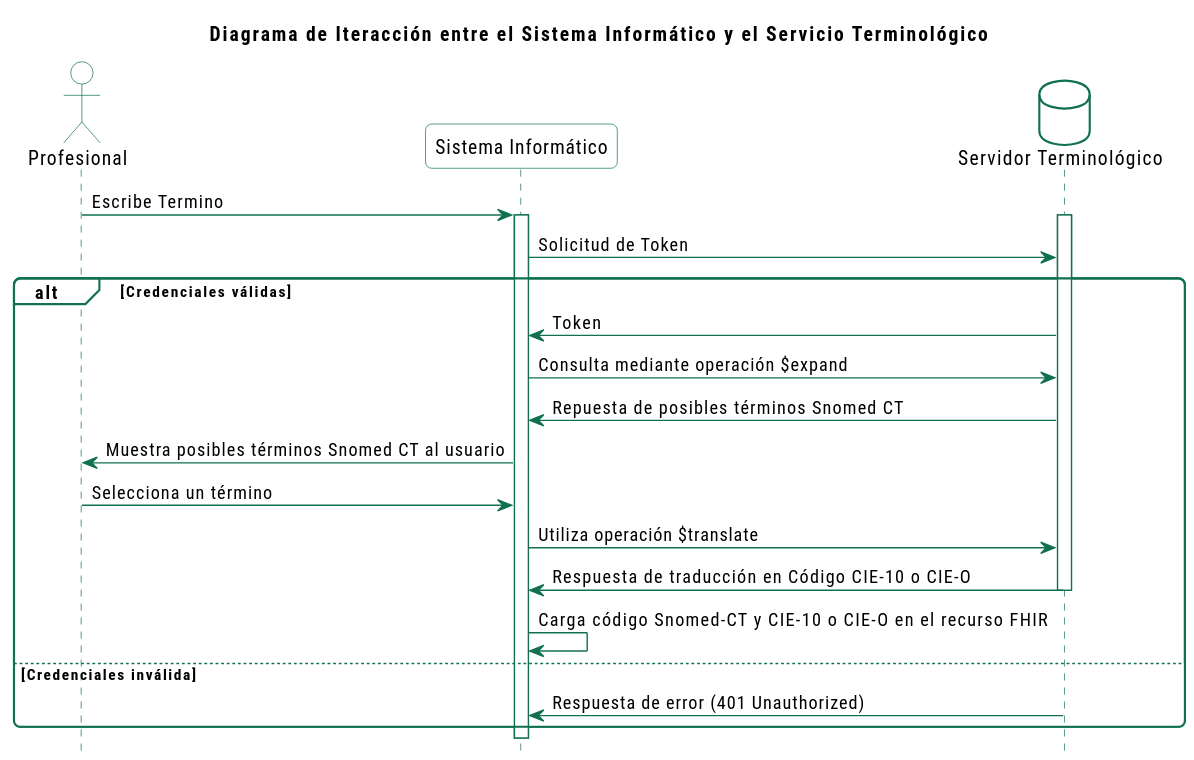
Minsal-CL/R2BO keeps this PlantUML diagram as input/images/servicio-terminologico.svg. Above is the earlier version. Its diagram source:
```plantuml
@startuml
title Diagrama de Iteracción entre el Sistema Informático y el Servicio Terminológico

hide footbox

!include ./style.iuml

actor "Profesional" as usuario
participant "Sistema Informático" as IS
database "Servidor Terminológico" as ST

usuario -> IS: Escribe Termino
activate IS
activate ST
IS -> ST: Solicitud de Token
alt Credenciales válidas
    IS <- ST: Token
    IS -> ST: Consulta mediante operación $expand
    IS <- ST: Repuesta de posibles términos Snomed CT
    usuario <- IS: Muestra posibles términos Snomed CT al usuario
    usuario -> IS: Selecciona un término
    IS -> ST: Utiliza operación $translate
    IS <- ST: Respuesta de traducción en Código CIE-10 o CIE-O
    deactivate ST
    IS -> IS: Carga código Snomed-CT y CIE-10 o CIE-O en el recurso FHIR
else Credenciales inválida
    IS <- ST: Respuesta de error (401 Unauthorized)
end
@enduml
```
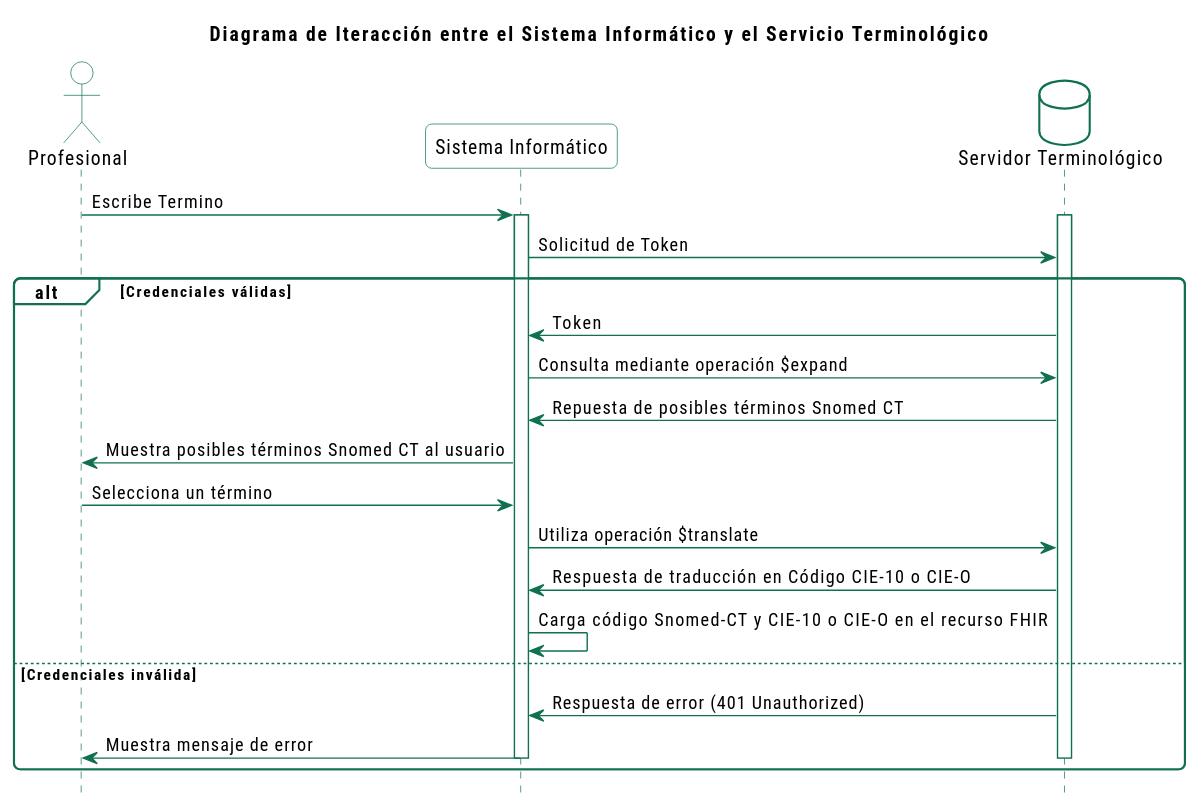
After the commit.

The edit, as a diff of the source:
```diff
@@ -21,9 +21,11 @@
     usuario -> IS: Selecciona un término
     IS -> ST: Utiliza operación $translate
     IS <- ST: Respuesta de traducción en Código CIE-10 o CIE-O
-    deactivate ST
     IS -> IS: Carga código Snomed-CT y CIE-10 o CIE-O en el recurso FHIR
 else Credenciales inválida
     IS <- ST: Respuesta de error (401 Unauthorized)
+    IS -> usuario: Muestra mensaje de error
+    deactivate ST
+    deactivate IS
 end
 @enduml
```
